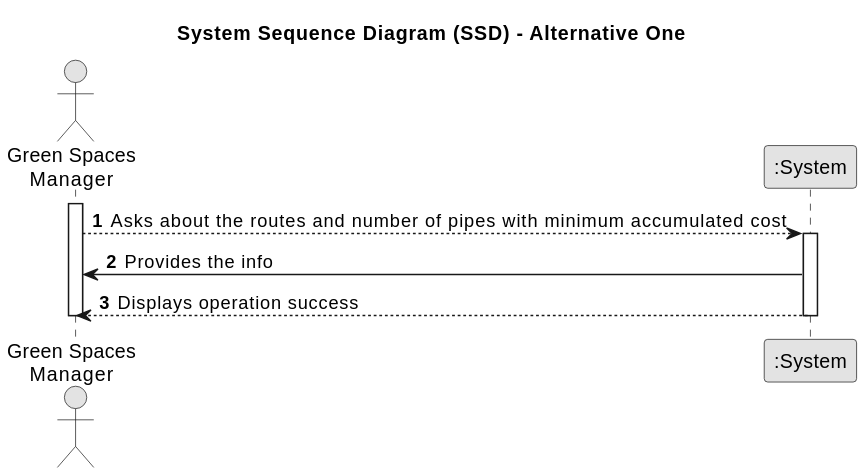
Earlier version of the PlantUML export docs/sprintB/us013/01.requirements-engineering/svg/us013-system-sequence-diagram-alternative-one-System_Sequence_Diagram__SSD____Alternative_One.svg (SAEmanuel/Green_Spaces_Management_ISEP).
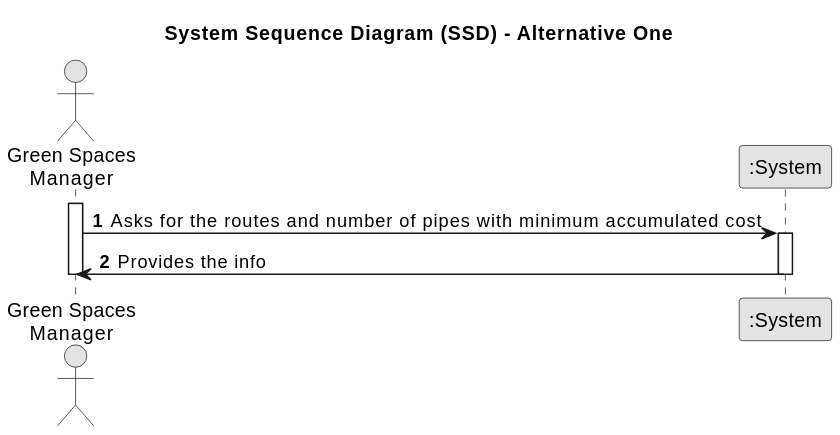
After the change.

What changed in the source:
```diff
@@ -12,11 +12,11 @@
 
         activate GSM
 
-        GSM --> System: Asks about the routes and number of pipes with minimum accumulated cost
+        GSM -> System: Asks for the routes and number of pipes with minimum accumulated cost
         activate System
 
         System -> GSM : Provides the info
-        System --> GSM : Displays operation success
+
 
         deactivate System
         deactivate GSM
```
